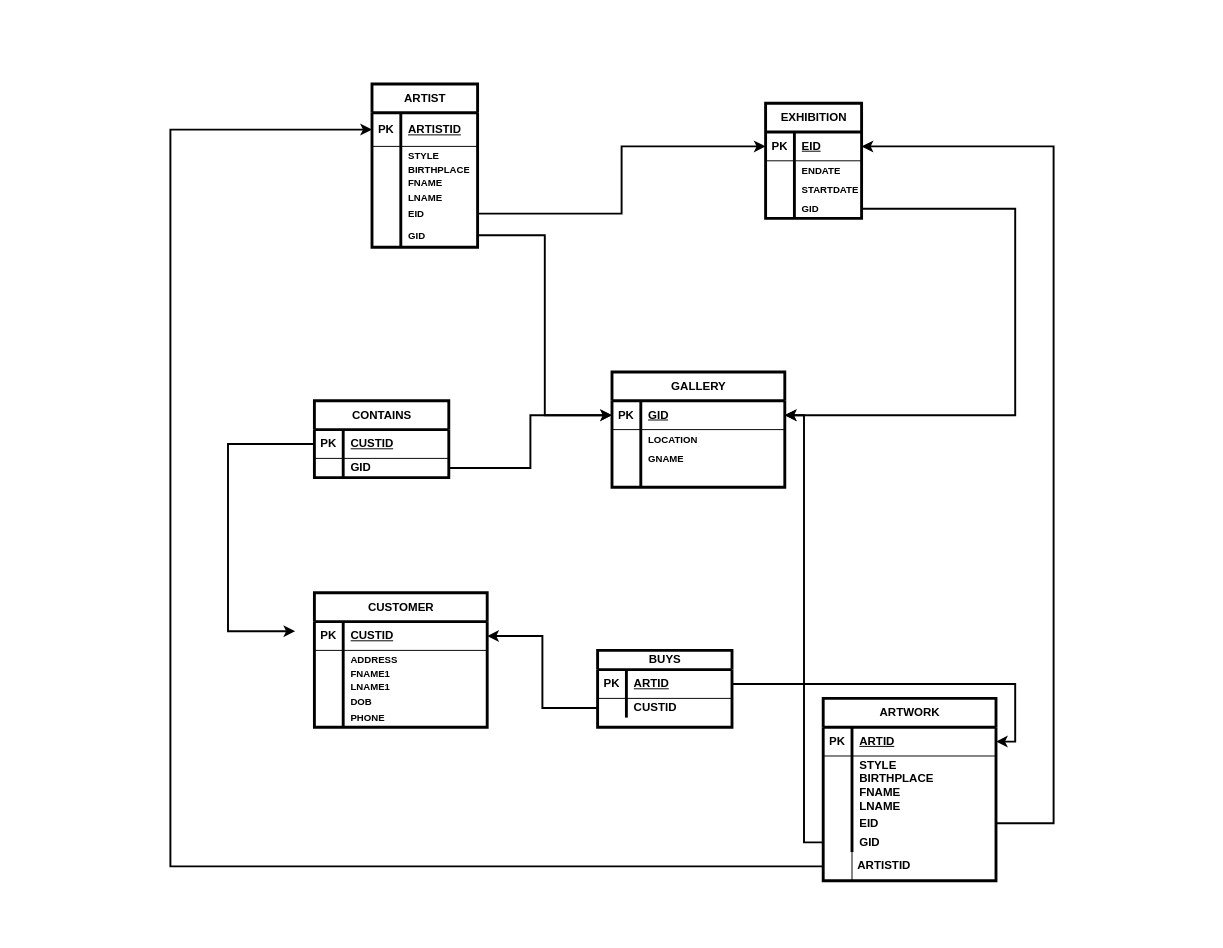
The draw.io diagram NEWDiagram.drawio in lalitdhimanth/4sem, before the edit. Source tidied: cells renumbered, new cells numbered last; positions are measured from the earlier drawing's top-left corner, leaving out a move shared by most shapes. Both pictures are drawn from the tidied source at 96%, with x=0, y=0 at pixel (16, 16).
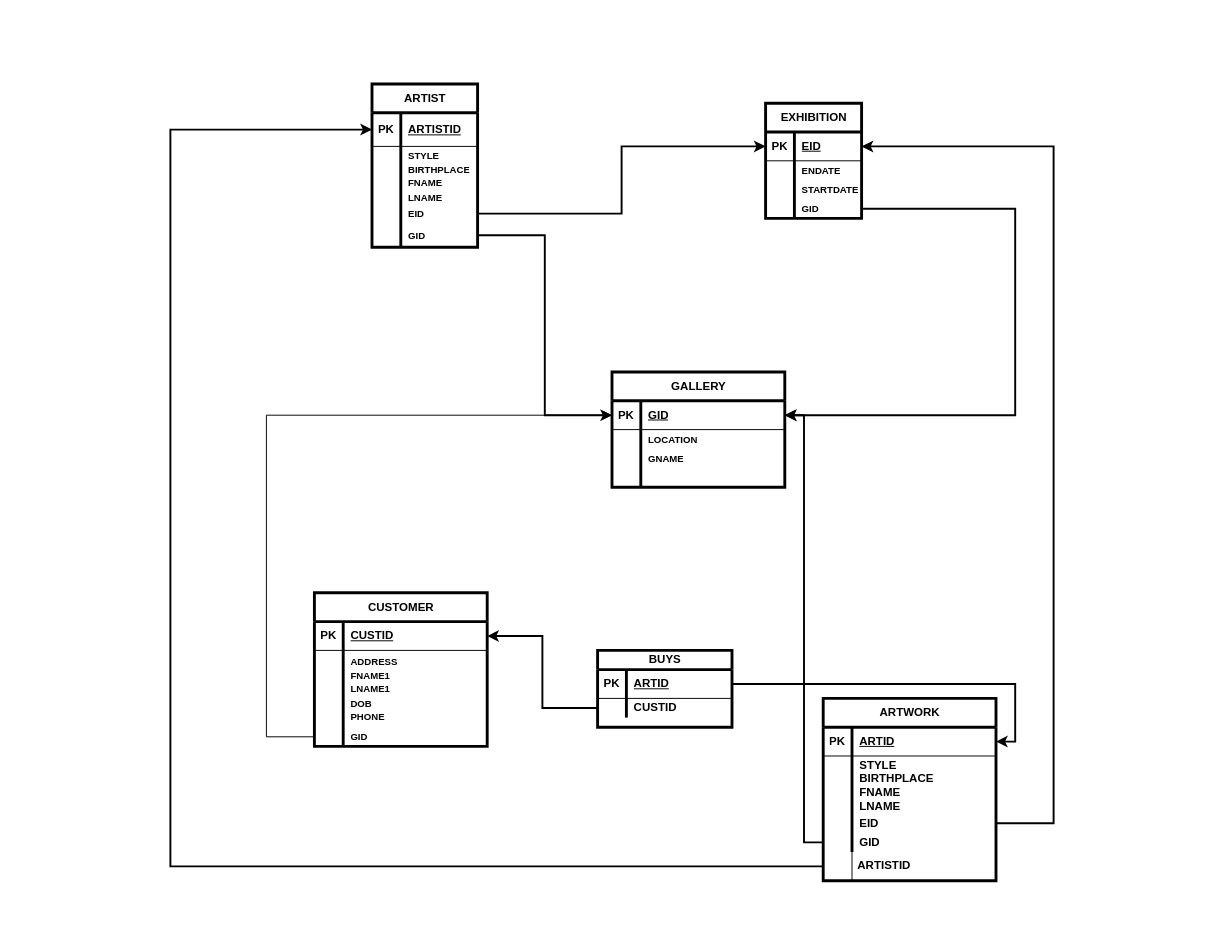
After the change.

Unchanged cells that the change refers to:
```xml
<mxCell id="31" style="shape=tableRow;horizontal=0;startSize=0;swimlaneHead=0;swimlaneBody=0;fillColor=none;points=[[0,0.5],[1,0.5]];portConstraint=eastwest;top=0;left=0;right=0;bottom=1;" parent="30" vertex="1">
  <mxGeometry y="30" width="180" height="30" as="geometry" />
</mxCell>
```

What changed in the source:
```diff
@@
     <mxCell id="43" value="CUSTOMER" style="shape=table;startSize=30;childLayout=tableLayout;rowLines=0;fontStyle=1;align=center;html=1;strokeWidth=3;" parent="1" vertex="1">
-      <mxGeometry x="310" y="600" width="180" height="140" as="geometry" />
+      <mxGeometry x="310" y="600" width="180" height="160" as="geometry" />
     </mxCell>
@@
     <mxCell id="47" style="shape=tableRow;horizontal=0;startSize=0;swimlaneHead=0;swimlaneBody=0;fillColor=none;top=0;left=0;right=0;bottom=0;" parent="43" vertex="1">
-      <mxGeometry y="60" width="180" height="60" as="geometry" />
+      <mxGeometry y="60" width="180" height="80" as="geometry" />
     </mxCell>
     <mxCell id="48" style="shape=partialRectangle;fillColor=none;top=0;left=0;bottom=0;right=0;overflow=hidden;whiteSpace=wrap;html=1;" parent="47" vertex="1">
-      <mxGeometry width="30" height="60" as="geometry" />
+      <mxGeometry width="30" height="80" as="geometry" />
     </mxCell>
-    <mxCell id="49" value="&lt;div style=&quot;text-wrap: nowrap;&quot;&gt;&lt;font size=&quot;1&quot;&gt;&lt;b&gt;ADDRESS&lt;/b&gt;&lt;/font&gt;&lt;/div&gt;&lt;div style=&quot;text-wrap: nowrap;&quot;&gt;&lt;font size=&quot;1&quot; style=&quot;&quot;&gt;&lt;b style=&quot;&quot;&gt;FNAME1&lt;/b&gt;&lt;/font&gt;&lt;/div&gt;&lt;div style=&quot;text-wrap: nowrap;&quot;&gt;&lt;font size=&quot;1&quot; style=&quot;&quot;&gt;&lt;b style=&quot;&quot;&gt;LNAME1&lt;/b&gt;&lt;/font&gt;&lt;/div&gt;&lt;div style=&quot;text-wrap: nowrap;&quot;&gt;&lt;font size=&quot;1&quot; style=&quot;&quot;&gt;&lt;b style=&quot;&quot;&gt;DOB&lt;/b&gt;&lt;/font&gt;&lt;/div&gt;" style="shape=partialRectangle;fillColor=none;top=0;left=0;bottom=0;right=0;align=left;spacingLeft=6;overflow=hidden;whiteSpace=wrap;html=1;" parent="47" vertex="1">
-      <mxGeometry x="30" width="150" height="60" as="geometry" />
+    <mxCell id="49" value="&lt;div style=&quot;text-wrap: nowrap;&quot;&gt;&lt;font size=&quot;1&quot;&gt;&lt;b&gt;ADDRESS&lt;/b&gt;&lt;/font&gt;&lt;/div&gt;&lt;div style=&quot;text-wrap: nowrap;&quot;&gt;&lt;font size=&quot;1&quot; style=&quot;&quot;&gt;&lt;b style=&quot;&quot;&gt;FNAME1&lt;/b&gt;&lt;/font&gt;&lt;/div&gt;&lt;div style=&quot;text-wrap: nowrap;&quot;&gt;&lt;font size=&quot;1&quot; style=&quot;&quot;&gt;&lt;b style=&quot;&quot;&gt;LNAME1&lt;/b&gt;&lt;/font&gt;&lt;/div&gt;&lt;div style=&quot;text-wrap: nowrap;&quot;&gt;&lt;font size=&quot;1&quot; style=&quot;&quot;&gt;&lt;b style=&quot;&quot;&gt;DOB&lt;/b&gt;&lt;/font&gt;&lt;/div&gt;&lt;div style=&quot;text-wrap: nowrap;&quot;&gt;&lt;font size=&quot;1&quot; style=&quot;&quot;&gt;&lt;b style=&quot;&quot;&gt;PHONE&lt;/b&gt;&lt;/font&gt;&lt;/div&gt;" style="shape=partialRectangle;fillColor=none;top=0;left=0;bottom=0;right=0;align=left;spacingLeft=6;overflow=hidden;whiteSpace=wrap;html=1;" parent="47" vertex="1">
+      <mxGeometry x="30" width="150" height="80" as="geometry" />
     </mxCell>
     <mxCell id="50" style="shape=tableRow;horizontal=0;startSize=0;swimlaneHead=0;swimlaneBody=0;fillColor=none;points=[[0,0.5],[1,0.5]];portConstraint=eastwest;top=0;left=0;right=0;bottom=0;" parent="43" vertex="1">
-      <mxGeometry y="120" width="180" height="20" as="geometry" />
+      <mxGeometry y="140" width="180" height="20" as="geometry" />
     </mxCell>
@@
-    <mxCell id="52" value="&lt;b&gt;&lt;font style=&quot;font-size: 10px;&quot;&gt;PHONE&lt;/font&gt;&lt;/b&gt;" style="shape=partialRectangle;fillColor=none;top=0;left=0;bottom=0;right=0;align=left;spacingLeft=6;overflow=hidden;whiteSpace=wrap;html=1;" parent="50" vertex="1">
+    <mxCell id="52" value="&lt;b&gt;&lt;font style=&quot;font-size: 10px;&quot;&gt;GID&lt;/font&gt;&lt;/b&gt;" style="shape=partialRectangle;fillColor=none;top=0;left=0;bottom=0;right=0;align=left;spacingLeft=6;overflow=hidden;whiteSpace=wrap;html=1;" parent="50" vertex="1">
       <mxGeometry x="30" width="150" height="20" as="geometry" />
     </mxCell>
@@
-    <mxCell id="69" style="edgeStyle=orthogonalEdgeStyle;rounded=0;orthogonalLoop=1;jettySize=auto;html=1;strokeWidth=2;" parent="1" edge="1">
-      <mxGeometry relative="1" as="geometry">
-        <mxPoint x="309" y="445" as="sourcePoint" />
-        <mxPoint x="290" y="640" as="targetPoint" />
-        <Array as="points">
-          <mxPoint x="220" y="445" />
-          <mxPoint x="220" y="640" />
-        </Array>
-      </mxGeometry>
-    </mxCell>
-    <mxCell id="70" value="CONTAINS" style="shape=table;startSize=30;childLayout=tableLayout;rowLines=0;fontStyle=1;align=center;html=1;strokeWidth=3;" parent="1" vertex="1">
-      <mxGeometry x="310" y="400" width="140" height="80" as="geometry" />
-    </mxCell>
-    <mxCell id="71" style="shape=tableRow;horizontal=0;startSize=0;swimlaneHead=0;swimlaneBody=0;fillColor=none;top=0;left=0;right=0;bottom=1;" parent="70" vertex="1">
-      <mxGeometry y="30" width="140" height="30" as="geometry" />
-    </mxCell>
-    <mxCell id="72" value="PK" style="shape=partialRectangle;fillColor=none;top=0;left=0;bottom=0;right=0;fontStyle=1;overflow=hidden;whiteSpace=wrap;html=1;" parent="71" vertex="1">
-      <mxGeometry width="30" height="30" as="geometry" />
-    </mxCell>
-    <mxCell id="73" value="CUSTID" style="shape=partialRectangle;fillColor=none;top=0;left=0;bottom=0;right=0;align=left;spacingLeft=6;fontStyle=5;overflow=hidden;whiteSpace=wrap;html=1;" parent="71" vertex="1">
-      <mxGeometry x="30" width="110" height="30" as="geometry" />
-    </mxCell>
-    <mxCell id="74" style="shape=tableRow;horizontal=0;startSize=0;swimlaneHead=0;swimlaneBody=0;fillColor=none;points=[[0,0.5],[1,0.5]];portConstraint=eastwest;top=0;left=0;right=0;bottom=0;" parent="70" vertex="1">
-      <mxGeometry y="60" width="140" height="20" as="geometry" />
-    </mxCell>
-    <mxCell id="75" style="shape=partialRectangle;fillColor=none;top=0;left=0;bottom=0;right=0;overflow=hidden;whiteSpace=wrap;html=1;" parent="74" vertex="1">
-      <mxGeometry width="30" height="20" as="geometry" />
-    </mxCell>
-    <mxCell id="76" value="&lt;b&gt;GID&lt;/b&gt;" style="shape=partialRectangle;fillColor=none;top=0;left=0;bottom=0;right=0;align=left;spacingLeft=6;overflow=hidden;whiteSpace=wrap;html=1;" parent="74" vertex="1">
-      <mxGeometry x="30" width="110" height="20" as="geometry" />
-    </mxCell>
-    <mxCell id="77" style="edgeStyle=orthogonalEdgeStyle;rounded=0;jettySize=auto;html=1;entryX=0;entryY=0.5;entryDx=0;entryDy=0;strokeWidth=2;" parent="1" edge="1" source="74" target="31">
-      <mxGeometry relative="1" as="geometry" />
-    </mxCell>
@@
+    <mxCell id="94" style="edgeStyle=orthogonalEdgeStyle;rounded=0;jettySize=auto;html=1;entryX=0;entryY=0.5;entryDx=0;entryDy=0;" parent="1" edge="1" source="50" target="31">
+      <mxGeometry relative="1" as="geometry">
+        <Array as="points">
+          <mxPoint x="260" y="750" />
+          <mxPoint x="260" y="415" />
+        </Array>
+      </mxGeometry>
+    </mxCell>
```
